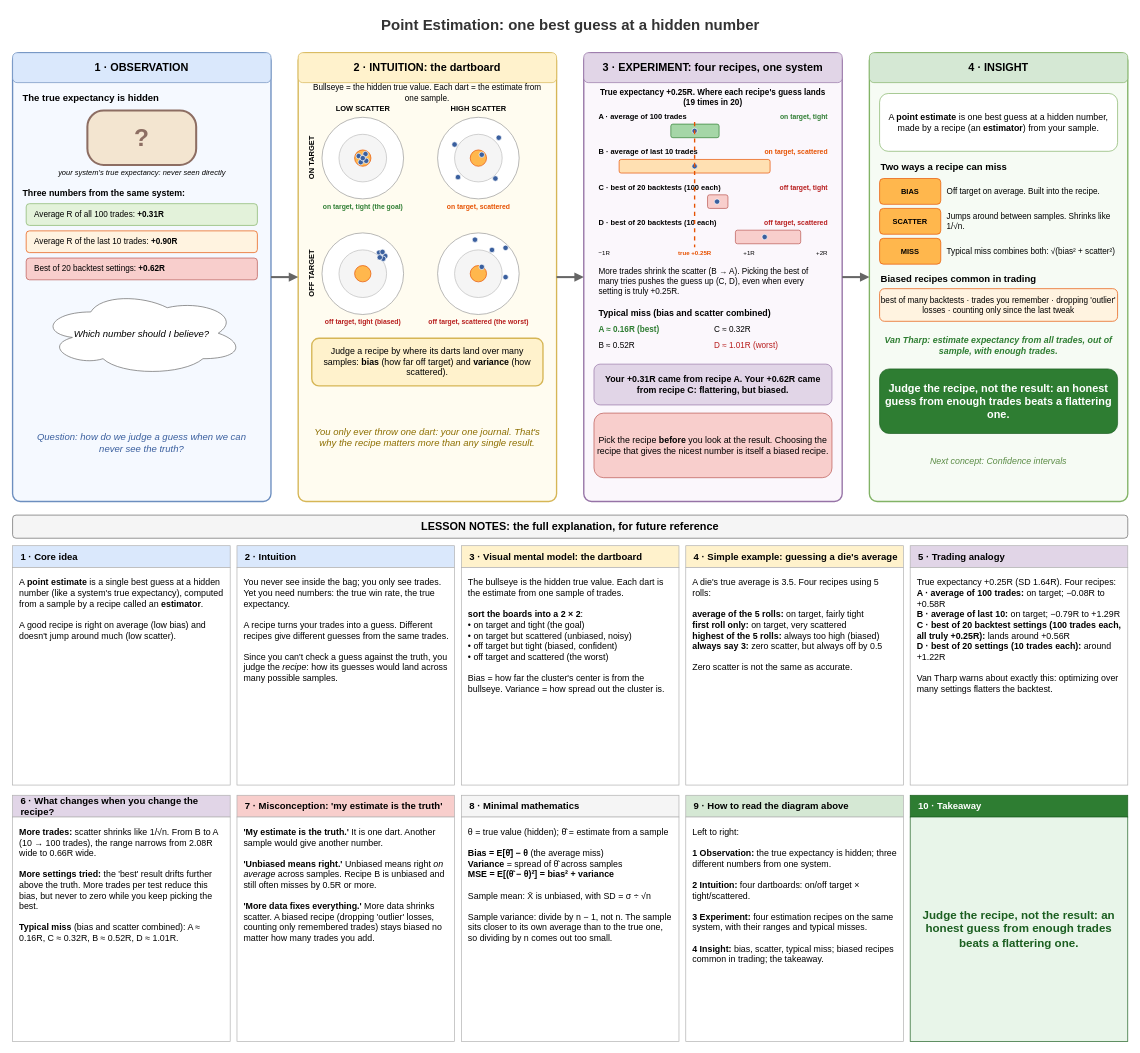
This is page "01 Point Estimation" (1 of 3) of seeing-theory/04-frequentist-inference.drawio from raj-champaneriya-ibm/continuous-learning, a draw.io file, before an edit. Source tidied: cells renumbered, new cells numbered last; positions are measured from the earlier drawing's top-left corner, leaving out a move shared by most shapes. Both pictures are drawn from the tidied source at 68%, with x=0, y=0 at pixel (12, 12).
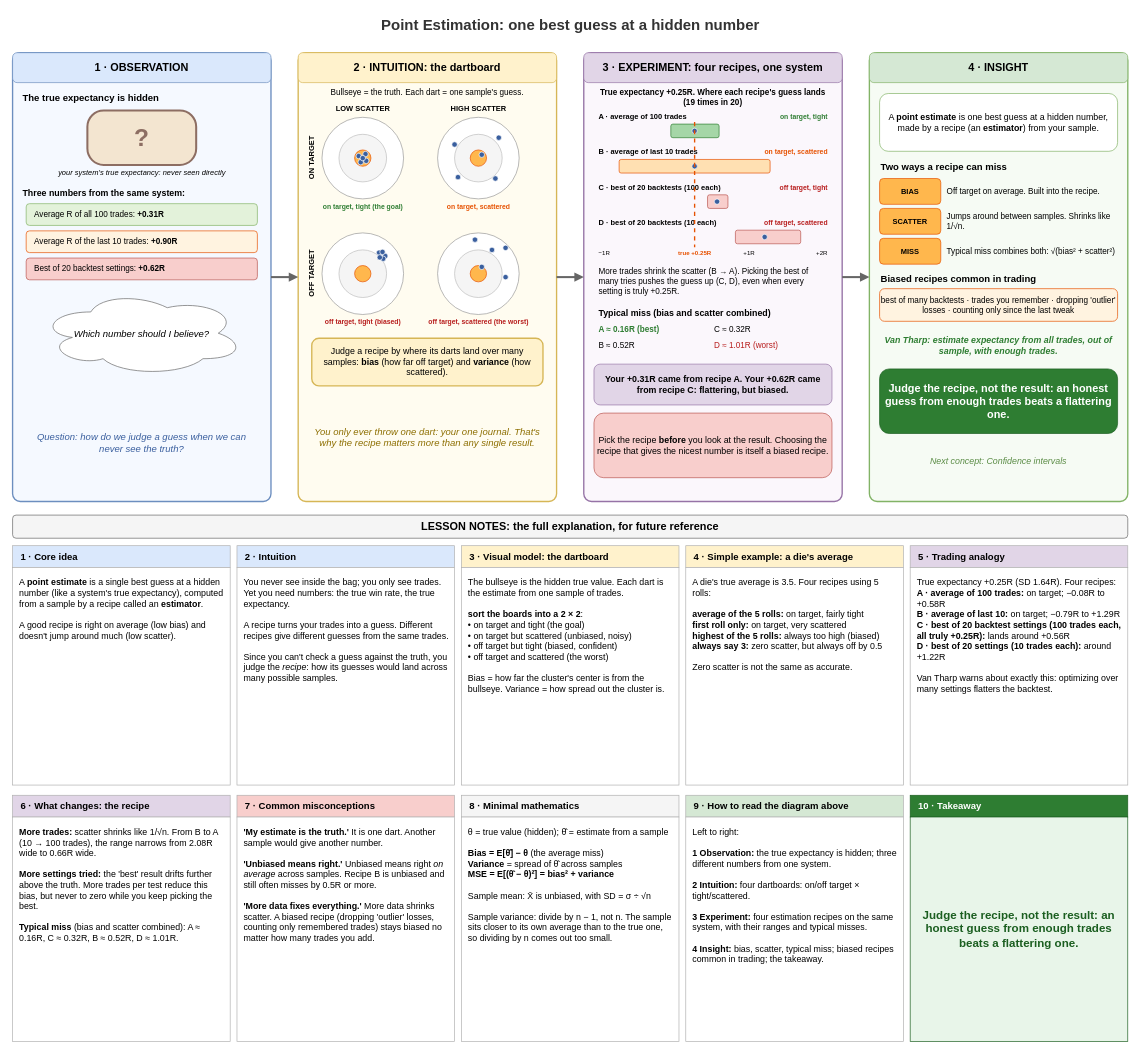
The same diagram, later.

The edit, as a diff of the source:
```diff
@@
-    <mxCell id="16" value="Bullseye = the hidden true value. Each dart = the estimate from one sample." style="text;html=1;whiteSpace=wrap;align=center;verticalAlign=middle;fontSize=12;" parent="1" vertex="1">
+    <mxCell id="16" value="Bullseye = the truth. Each dart = one sample's guess." style="text;html=1;whiteSpace=wrap;align=center;verticalAlign=middle;fontSize=12;" parent="1" vertex="1">
       <mxGeometry x="440" y="108" width="340" height="22" as="geometry" />
     </mxCell>
@@
-    <mxCell id="114" value="3 · Visual mental model: the dartboard" style="rounded=0;whiteSpace=wrap;html=1;fillColor=#fff2cc;strokeColor=#B0B0B0;align=left;spacingLeft=10;fontSize=14;fontStyle=1;" parent="1" vertex="1">
+    <mxCell id="114" value="3 · Visual model: the dartboard" style="rounded=0;whiteSpace=wrap;html=1;fillColor=#fff2cc;strokeColor=#B0B0B0;align=left;spacingLeft=10;fontSize=14;fontStyle=1;" parent="1" vertex="1">
       <mxGeometry x="660" y="785" width="320" height="32" as="geometry" />
     </mxCell>
@@
-    <mxCell id="116" value="4 · Simple example: guessing a die's average" style="rounded=0;whiteSpace=wrap;html=1;fillColor=#fff2cc;strokeColor=#B0B0B0;align=left;spacingLeft=10;fontSize=14;fontStyle=1;" parent="1" vertex="1">
+    <mxCell id="116" value="4 · Simple example: a die's average" style="rounded=0;whiteSpace=wrap;html=1;fillColor=#fff2cc;strokeColor=#B0B0B0;align=left;spacingLeft=10;fontSize=14;fontStyle=1;" parent="1" vertex="1">
       <mxGeometry x="990" y="785" width="320" height="32" as="geometry" />
     </mxCell>
@@
-    <mxCell id="120" value="6 · What changes when you change the recipe?" style="rounded=0;whiteSpace=wrap;html=1;fillColor=#e1d5e7;strokeColor=#B0B0B0;align=left;spacingLeft=10;fontSize=14;fontStyle=1;" parent="1" vertex="1">
+    <mxCell id="120" value="6 · What changes: the recipe" style="rounded=0;whiteSpace=wrap;html=1;fillColor=#e1d5e7;strokeColor=#B0B0B0;align=left;spacingLeft=10;fontSize=14;fontStyle=1;" parent="1" vertex="1">
       <mxGeometry y="1152" width="320" height="32" as="geometry" />
     </mxCell>
@@
-    <mxCell id="122" value="7 · Misconception: 'my estimate is the truth'" style="rounded=0;whiteSpace=wrap;html=1;fillColor=#f8cecc;strokeColor=#B0B0B0;align=left;spacingLeft=10;fontSize=14;fontStyle=1;" parent="1" vertex="1">
+    <mxCell id="122" value="7 · Common misconceptions" style="rounded=0;whiteSpace=wrap;html=1;fillColor=#f8cecc;strokeColor=#B0B0B0;align=left;spacingLeft=10;fontSize=14;fontStyle=1;" parent="1" vertex="1">
       <mxGeometry x="330" y="1152" width="320" height="32" as="geometry" />
     </mxCell>
```
